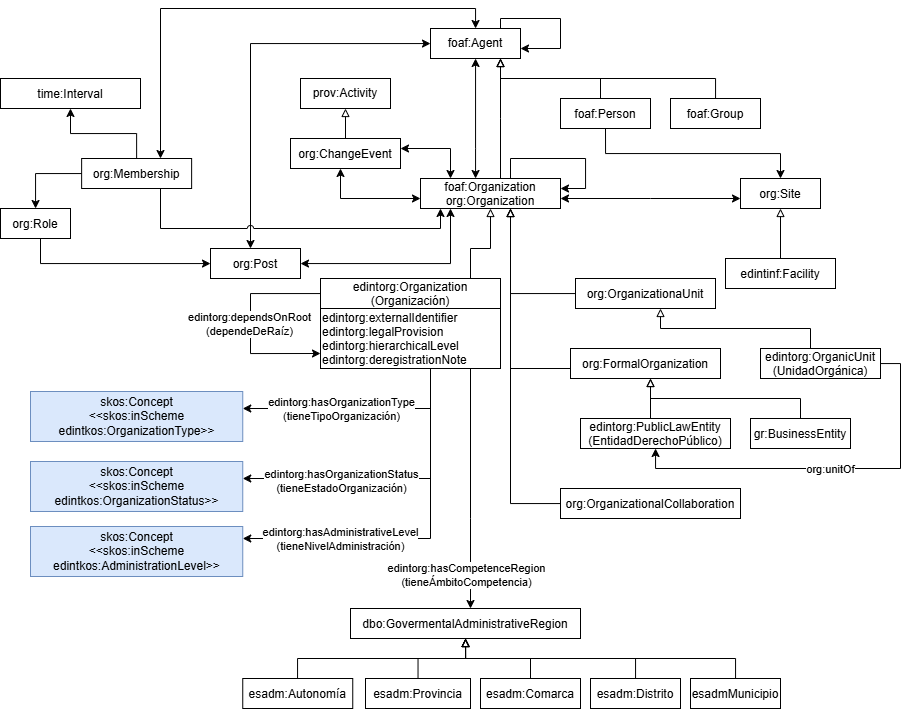
Above: diagrams/diagrama.png in EDINT-Ontologia/edint-ontologia-organizaciones (draw.io), before the change. Source tidied: cells renumbered, new cells last; positions are measured from the earlier drawing's top-left corner, leaving out a move shared by most shapes.
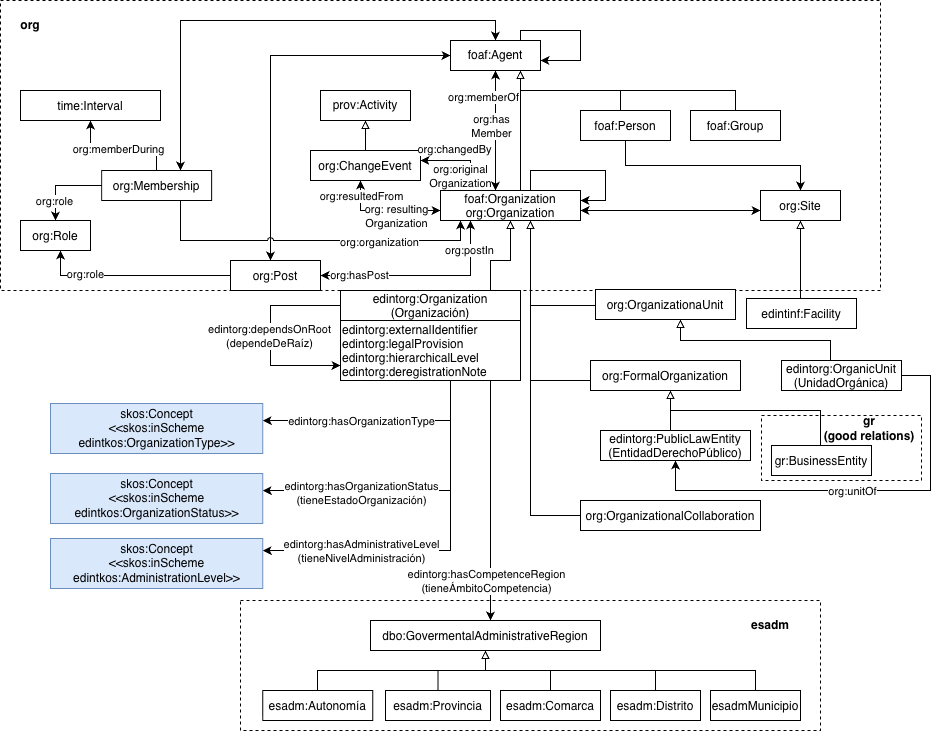
After the change.

Commit message:
Documentación HTML skos y fixes diagrama conceptual

Change to the diagram source:
```diff
@@ -2,6 +2,12 @@
   <root>
     <mxCell id="0" />
     <mxCell id="1" parent="0" />
+    <mxCell id="74" style="rounded=0;whiteSpace=wrap;html=1;fillColor=none;dashed=1;" parent="1" vertex="1">
+      <mxGeometry x="741" y="395" width="160" height="65" as="geometry" />
+    </mxCell>
+    <mxCell id="75" style="rounded=0;whiteSpace=wrap;html=1;fillColor=none;dashed=1;" parent="1" vertex="1">
+      <mxGeometry x="-20" y="-20" width="880" height="290" as="geometry" />
+    </mxCell>
     <mxCell id="2" value="foaf:Organization&#10;org:Organization" parent="1" vertex="1">
       <mxGeometry x="420" y="170" width="140" height="30" as="geometry" />
     </mxCell>
@@ -36,10 +42,10 @@
       <mxGeometry x="740" y="170" width="80" height="30" as="geometry" />
     </mxCell>
     <mxCell id="13" value="edintinf:Facility" parent="1" vertex="1">
-      <mxGeometry x="725" y="250" width="110" height="30" as="geometry" />
+      <mxGeometry x="726" y="278" width="110" height="30" as="geometry" />
     </mxCell>
     <mxCell id="14" value="org:OrganizationaUnit" parent="1" vertex="1">
-      <mxGeometry x="575" y="270" width="140" height="30" as="geometry" />
+      <mxGeometry x="575" y="269" width="140" height="30" as="geometry" />
     </mxCell>
     <mxCell id="15" value="org:FormalOrganization" parent="1" vertex="1">
       <mxGeometry x="570" y="340" width="150" height="30" as="geometry" />
@@ -74,13 +80,21 @@
     <mxCell id="20" style="edgeStyle=orthogonalEdgeStyle;rounded=0;curved=0;" parent="1" edge="1" source="9" target="8">
       <mxGeometry relative="1" as="geometry" />
     </mxCell>
+    <mxCell id="76" value="org:role" style="edgeLabel;html=1;align=center;verticalAlign=middle;" parent="20" vertex="1">
+      <mxGeometry x="0.53" y="-2" relative="1" as="geometry" />
+    </mxCell>
-    <mxCell id="21" style="edgeStyle=orthogonalEdgeStyle;rounded=0;curved=0;" parent="1" edge="1" source="8" target="11">
+    <mxCell id="21" style="edgeStyle=orthogonalEdgeStyle;rounded=0;curved=0;startArrow=classic;startFill=1;endArrow=none;endFill=0;" parent="1" edge="1" source="8" target="11">
       <mxGeometry relative="1" as="geometry">
         <Array as="points">
           <mxPoint x="40" y="255" />
         </Array>
       </mxGeometry>
     </mxCell>
+    <mxCell id="77" value="org:role" style="edgeLabel;html=1;align=center;verticalAlign=middle;" parent="21" vertex="1">
+      <mxGeometry x="-0.5" y="-1" relative="1" as="geometry">
+        <mxPoint y="-3" as="offset" />
+      </mxGeometry>
+    </mxCell>
     <mxCell id="22" style="edgeStyle=orthogonalEdgeStyle;rounded=0;curved=0;startArrow=classic;startFill=1;" parent="1" edge="1" source="9" target="3">
       <mxGeometry relative="1" as="geometry">
         <Array as="points">
@@ -96,7 +110,7 @@
         </Array>
       </mxGeometry>
     </mxCell>
-    <mxCell id="24" value="edintorg:hasOrganizationType&lt;div&gt;(tieneTipoOrganización)&lt;/div&gt;" style="edgeLabel;html=1;align=center;verticalAlign=middle;" parent="23" vertex="1">
+    <mxCell id="24" value="&lt;div&gt;edintorg:hasOrganizationType&lt;/div&gt;" style="edgeLabel;html=1;align=center;verticalAlign=middle;" parent="23" vertex="1">
       <mxGeometry x="0.51" y="2" relative="1" as="geometry">
         <mxPoint x="27" y="-2" as="offset" />
       </mxGeometry>
@@ -104,6 +118,9 @@
     <mxCell id="25" style="edgeStyle=orthogonalEdgeStyle;rounded=0;curved=0;" parent="1" edge="1" source="9" target="7">
       <mxGeometry relative="1" as="geometry" />
     </mxCell>
+    <mxCell id="78" value="org:memberDuring" style="edgeLabel;html=1;align=center;verticalAlign=middle;" parent="25" vertex="1">
+      <mxGeometry x="0.1" y="3" relative="1" as="geometry" />
+    </mxCell>
     <mxCell id="26" style="edgeStyle=orthogonalEdgeStyle;rounded=0;curved=0;startArrow=classic;startFill=1;" parent="1" edge="1" source="10" target="2">
       <mxGeometry relative="1" as="geometry">
         <Array as="points">
@@ -111,6 +128,16 @@
         </Array>
       </mxGeometry>
     </mxCell>
+    <mxCell id="79" value="org:resultedFrom" style="edgeLabel;html=1;align=center;verticalAlign=middle;" parent="26" vertex="1">
+      <mxGeometry x="0.02" y="-2" relative="1" as="geometry">
+        <mxPoint x="-26" y="-17" as="offset" />
+      </mxGeometry>
+    </mxCell>
+    <mxCell id="80" value="org: resulting&lt;div&gt;Organization&lt;/div&gt;" style="edgeLabel;html=1;align=center;verticalAlign=middle;" parent="26" vertex="1">
+      <mxGeometry x="0.64" y="-2" relative="1" as="geometry">
+        <mxPoint x="-25" y="3" as="offset" />
+      </mxGeometry>
+    </mxCell>
     <mxCell id="27" style="edgeStyle=orthogonalEdgeStyle;rounded=0;curved=0;startArrow=classic;startFill=1;" parent="1" edge="1" source="10" target="2">
       <mxGeometry relative="1" as="geometry">
         <Array as="points">
@@ -118,6 +145,16 @@
         </Array>
       </mxGeometry>
     </mxCell>
+    <mxCell id="81" value="org:changedBy" style="edgeLabel;html=1;align=center;verticalAlign=middle;" parent="27" vertex="1">
+      <mxGeometry x="-0.35" y="1" relative="1" as="geometry">
+        <mxPoint x="7" y="-11" as="offset" />
+      </mxGeometry>
+    </mxCell>
+    <mxCell id="82" value="org:original&lt;div&gt;Organization&lt;/div&gt;" style="edgeLabel;html=1;align=center;verticalAlign=middle;" parent="27" vertex="1">
+      <mxGeometry x="0.68" relative="1" as="geometry">
+        <mxPoint x="-11" y="-2" as="offset" />
+      </mxGeometry>
+    </mxCell>
     <mxCell id="28" style="edgeStyle=orthogonalEdgeStyle;rounded=0;curved=0;startArrow=classic;startFill=1;" parent="1" edge="1" source="11" target="2">
       <mxGeometry relative="1" as="geometry">
         <Array as="points">
@@ -125,6 +162,12 @@
         </Array>
       </mxGeometry>
     </mxCell>
+    <mxCell id="83" value="org:hasPost" style="edgeLabel;html=1;align=center;verticalAlign=middle;" parent="28" vertex="1">
+      <mxGeometry x="-0.63" y="1" relative="1" as="geometry" />
+    </mxCell>
+    <mxCell id="84" value="org:postIn" style="edgeLabel;html=1;align=center;verticalAlign=middle;" parent="28" vertex="1">
+      <mxGeometry x="0.72" y="2" relative="1" as="geometry" />
+    </mxCell>
     <mxCell id="29" style="edgeStyle=orthogonalEdgeStyle;rounded=0;curved=0;startArrow=classic;startFill=1;" parent="1" edge="1" source="2" target="12">
       <mxGeometry relative="1" as="geometry">
         <Array as="points">
@@ -134,7 +177,12 @@
       </mxGeometry>
     </mxCell>
     <mxCell id="30" style="edgeStyle=orthogonalEdgeStyle;rounded=0;curved=0;endArrow=none;endFill=0;startArrow=block;startFill=0;" parent="1" edge="1" source="12" target="13">
-      <mxGeometry relative="1" as="geometry" />
+      <mxGeometry relative="1" as="geometry">
+        <Array as="points">
+          <mxPoint x="780" y="260" />
+          <mxPoint x="780" y="260" />
+        </Array>
+      </mxGeometry>
     </mxCell>
     <mxCell id="31" style="edgeStyle=orthogonalEdgeStyle;rounded=0;curved=0;endArrow=none;endFill=0;startArrow=block;startFill=0;" parent="1" edge="1" source="2" target="14">
       <mxGeometry relative="1" as="geometry">
@@ -172,6 +220,11 @@
         </Array>
       </mxGeometry>
     </mxCell>
+    <mxCell id="85" value="org:organization" style="edgeLabel;html=1;align=center;verticalAlign=middle;" parent="35" vertex="1">
+      <mxGeometry x="0.4" y="-3" relative="1" as="geometry">
+        <mxPoint y="-2" as="offset" />
+      </mxGeometry>
+    </mxCell>
     <mxCell id="36" value="&lt;font color=&quot;#000000&quot;&gt;skos:Concept&lt;br&gt;&lt;/font&gt;&lt;div&gt;&lt;font color=&quot;#000000&quot;&gt;&amp;lt;&amp;lt;skos:inScheme &lt;/font&gt;&lt;font color=&quot;#000000&quot;&gt;&lt;font color=&quot;#000000&quot;&gt;&lt;br&gt;&lt;/font&gt;&lt;/font&gt;&lt;/div&gt;&lt;div&gt;&lt;font color=&quot;#000000&quot;&gt;&lt;font color=&quot;#000000&quot;&gt;edintkos&lt;/font&gt;:OrganizationType&amp;gt;&amp;gt;&lt;/font&gt;&lt;/div&gt;" style="html=1;fillColor=#dae8fc;strokeColor=#6c8ebf;" parent="1" vertex="1">
       <mxGeometry x="30" y="383" width="212.2" height="50" as="geometry" />
     </mxCell>
@@ -209,7 +262,7 @@
       <mxGeometry x="580" y="410" width="150" height="30" as="geometry" />
     </mxCell>
     <mxCell id="44" value="gr:BusinessEntity" parent="1" vertex="1">
-      <mxGeometry x="750" y="410" width="100" height="30" as="geometry" />
+      <mxGeometry x="751" y="425" width="100" height="30" as="geometry" />
     </mxCell>
     <mxCell id="45" style="edgeStyle=orthogonalEdgeStyle;rounded=0;curved=0;endArrow=none;endFill=0;startArrow=block;startFill=0;" parent="1" edge="1" target="44">
       <mxGeometry relative="1" as="geometry">
@@ -256,11 +309,11 @@
     </mxCell>
     <mxCell id="52" value="edintorg:hasCompetenceRegion&lt;div&gt;(tieneÁmbitoCompetencia)&lt;/div&gt;" style="edgeLabel;html=1;align=center;verticalAlign=middle;" parent="51" vertex="1">
       <mxGeometry x="0.41" y="1" relative="1" as="geometry">
-        <mxPoint x="-6" y="55" as="offset" />
+        <mxPoint x="-6" y="48" as="offset" />
       </mxGeometry>
     </mxCell>
     <mxCell id="53" value="edintorg:OrganicUnit&#10;(UnidadOrgánica)" parent="1" vertex="1">
-      <mxGeometry x="760" y="340" width="120" height="30" as="geometry" />
+      <mxGeometry x="761" y="340" width="120" height="30" as="geometry" />
     </mxCell>
     <mxCell id="54" style="edgeStyle=orthogonalEdgeStyle;rounded=0;curved=0;endArrow=none;endFill=0;startArrow=block;startFill=0;" parent="1" edge="1" source="14" target="53">
       <mxGeometry relative="1" as="geometry">
@@ -304,6 +357,16 @@
         </Array>
       </mxGeometry>
     </mxCell>
+    <mxCell id="86" value="org:has&lt;div&gt;Member&lt;/div&gt;" style="edgeLabel;html=1;align=center;verticalAlign=middle;" parent="60" vertex="1">
+      <mxGeometry x="0.58" relative="1" as="geometry">
+        <mxPoint x="-5" y="30" as="offset" />
+      </mxGeometry>
+    </mxCell>
+    <mxCell id="87" value="org:member&lt;span style=&quot;background-color: light-dark(#ffffff, var(--ge-dark-color, #121212)); color: light-dark(rgb(0, 0, 0), rgb(255, 255, 255));&quot;&gt;Of&lt;/span&gt;" style="edgeLabel;html=1;align=center;verticalAlign=middle;" parent="60" vertex="1">
+      <mxGeometry x="0.7" y="-2" relative="1" as="geometry">
+        <mxPoint x="-15" y="8" as="offset" />
+      </mxGeometry>
+    </mxCell>
     <mxCell id="61" style="edgeStyle=orthogonalEdgeStyle;rounded=0;" parent="1" edge="1" source="3" target="3">
       <mxGeometry relative="1" as="geometry">
         <Array as="points">
@@ -316,9 +379,9 @@
     <mxCell id="62" style="edgeStyle=orthogonalEdgeStyle;rounded=0;curved=0;" parent="1" edge="1" source="53" target="43">
       <mxGeometry relative="1" as="geometry">
         <Array as="points">
-          <mxPoint x="900" y="355" />
-          <mxPoint x="900" y="460" />
-          <mxPoint x="655" y="460" />
+          <mxPoint x="910" y="355" />
+          <mxPoint x="910" y="470" />
+          <mxPoint x="655" y="470" />
         </Array>
       </mxGeometry>
     </mxCell>
@@ -374,5 +437,17 @@
         </Array>
       </mxGeometry>
     </mxCell>
+    <mxCell id="88" value="org" style="text;html=1;whiteSpace=wrap;strokeColor=none;fillColor=none;align=center;verticalAlign=middle;rounded=0;fontStyle=1;" parent="1" vertex="1">
+      <mxGeometry x="-10" y="-10" width="40" height="30" as="geometry" />
+    </mxCell>
+    <mxCell id="89" style="rounded=0;whiteSpace=wrap;html=1;fillColor=none;dashed=1;" parent="1" vertex="1">
+      <mxGeometry x="220" y="580" width="580" height="130" as="geometry" />
+    </mxCell>
+    <mxCell id="90" value="esadm" style="text;html=1;whiteSpace=wrap;strokeColor=none;fillColor=none;align=center;verticalAlign=middle;rounded=0;fontStyle=1;" parent="1" vertex="1">
+      <mxGeometry x="720" y="590" width="60" height="30" as="geometry" />
+    </mxCell>
+    <mxCell id="91" value="gr&lt;div&gt;(good relations)&lt;/div&gt;" style="text;html=1;whiteSpace=wrap;strokeColor=none;fillColor=none;align=center;verticalAlign=middle;rounded=0;fontStyle=1;" parent="1" vertex="1">
+      <mxGeometry x="794" y="388" width="110" height="40" as="geometry" />
+    </mxCell>
   </root>
 </mxGraphModel>
```
